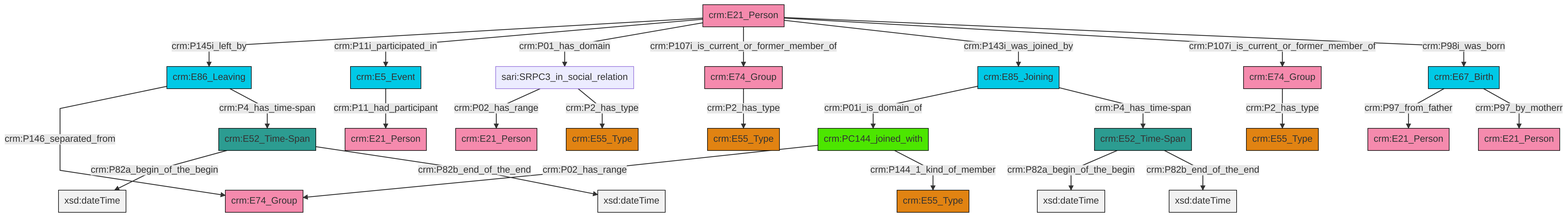
Above: et/personCSV/ttl/mmd/png/Person_Actor_Relations.png in swiss-art-research-net/reference-data-models (Mermaid), before the change. Its source is kept beside it as et/personCSV/ttl/mmd/Person_Actor_Relations.ttl.mmd.
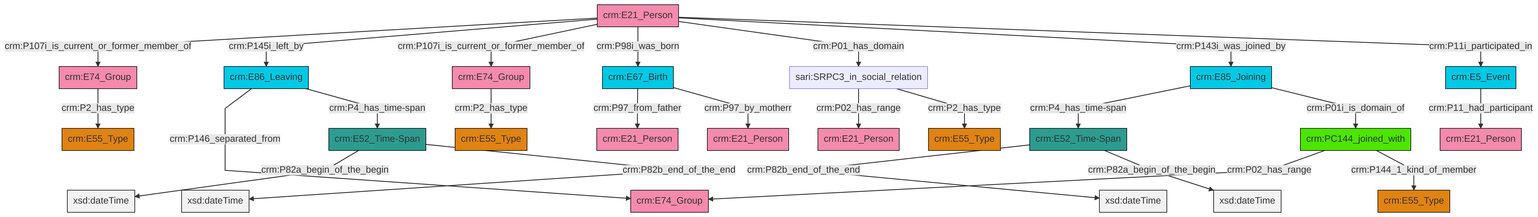
The same file after the commit.

What changed in the source:
```diff
@@ -13,27 +13,27 @@
 classDef PC_Classes fill:#4ce600, stroke:#000000;
 classDef Multi fill:#cccccc,stroke:#000000;
 
-2["crm:E21_Person"]:::Actor -->|crm:P145i_left_by| 3["crm:E86_Leaving"]:::Temporal_Entity
-6["crm:E67_Birth"]:::Temporal_Entity -->|crm:P97_from_father| 7["crm:E21_Person"]:::Actor
-0["crm:E52_Time-Span"]:::Time-Span -->|crm:P82a_begin_of_the_begin| 12[xsd:dateTime]:::Literal
-8["crm:E52_Time-Span"]:::Time-Span -->|crm:P82a_begin_of_the_begin| 17[xsd:dateTime]:::Literal
-24["crm:E85_Joining"]:::Temporal_Entity -->|crm:P01i_is_domain_of| 10["crm:PC144_joined_with"]:::PC_Classes
-13["sari:SRPC3_in_social_relation"]:::Default -->|crm:P02_has_range| 4["crm:E21_Person"]:::Actor
-13["sari:SRPC3_in_social_relation"]:::Default -->|crm:P2_has_type| 25["crm:E55_Type"]:::Type
-26["crm:E74_Group"]:::Actor -->|crm:P2_has_type| 20["crm:E55_Type"]:::Type
-2["crm:E21_Person"]:::Actor -->|crm:P11i_participated_in| 30["crm:E5_Event"]:::Temporal_Entity
-0["crm:E52_Time-Span"]:::Time-Span -->|crm:P82b_end_of_the_end| 32[xsd:dateTime]:::Literal
-6["crm:E67_Birth"]:::Temporal_Entity -->|crm:P97_by_motherr| 33["crm:E21_Person"]:::Actor
-8["crm:E52_Time-Span"]:::Time-Span -->|crm:P82b_end_of_the_end| 35[xsd:dateTime]:::Literal
-2["crm:E21_Person"]:::Actor -->|crm:P01_has_domain| 13["sari:SRPC3_in_social_relation"]:::Default
-10["crm:PC144_joined_with"]:::PC_Classes -->|crm:P02_has_range| 18["crm:E74_Group"]:::Actor
-10["crm:PC144_joined_with"]:::PC_Classes -->|crm:P144_1_kind_of_member| 15["crm:E55_Type"]:::Type
-2["crm:E21_Person"]:::Actor -->|crm:P107i_is_current_or_former_member_of| 22["crm:E74_Group"]:::Actor
-3["crm:E86_Leaving"]:::Temporal_Entity -->|crm:P146_separated_from| 18["crm:E74_Group"]:::Actor
-24["crm:E85_Joining"]:::Temporal_Entity -->|crm:P4_has_time-span| 0["crm:E52_Time-Span"]:::Time-Span
-2["crm:E21_Person"]:::Actor -->|crm:P143i_was_joined_by| 24["crm:E85_Joining"]:::Temporal_Entity
-2["crm:E21_Person"]:::Actor -->|crm:P107i_is_current_or_former_member_of| 26["crm:E74_Group"]:::Actor
-30["crm:E5_Event"]:::Temporal_Entity -->|crm:P11_had_participant| 41["crm:E21_Person"]:::Actor
-22["crm:E74_Group"]:::Actor -->|crm:P2_has_type| 27["crm:E55_Type"]:::Type
-2["crm:E21_Person"]:::Actor -->|crm:P98i_was_born| 6["crm:E67_Birth"]:::Temporal_Entity
-3["crm:E86_Leaving"]:::Temporal_Entity -->|crm:P4_has_time-span| 8["crm:E52_Time-Span"]:::Time-Span
+0["crm:E52_Time-Span"]:::Time-Span -->|crm:P82b_end_of_the_end| 1[xsd:dateTime]:::Literal
+2["crm:E5_Event"]:::Temporal_Entity -->|crm:P11_had_participant| 3["crm:E21_Person"]:::Actor
+8["crm:E86_Leaving"]:::Temporal_Entity -->|crm:P146_separated_from| 9["crm:E74_Group"]:::Actor
+12["sari:SRPC3_in_social_relation"]:::Default -->|crm:P02_has_range| 13["crm:E21_Person"]:::Actor
+10["crm:PC144_joined_with"]:::PC_Classes -->|crm:P02_has_range| 9["crm:E74_Group"]:::Actor
+16["crm:E21_Person"]:::Actor -->|crm:P107i_is_current_or_former_member_of| 17["crm:E74_Group"]:::Actor
+16["crm:E21_Person"]:::Actor -->|crm:P145i_left_by| 8["crm:E86_Leaving"]:::Temporal_Entity
+18["crm:E85_Joining"]:::Temporal_Entity -->|crm:P4_has_time-span| 0["crm:E52_Time-Span"]:::Time-Span
+8["crm:E86_Leaving"]:::Temporal_Entity -->|crm:P4_has_time-span| 21["crm:E52_Time-Span"]:::Time-Span
+21["crm:E52_Time-Span"]:::Time-Span -->|crm:P82a_begin_of_the_begin| 29[xsd:dateTime]:::Literal
+17["crm:E74_Group"]:::Actor -->|crm:P2_has_type| 22["crm:E55_Type"]:::Type
+0["crm:E52_Time-Span"]:::Time-Span -->|crm:P82a_begin_of_the_begin| 31[xsd:dateTime]:::Literal
+21["crm:E52_Time-Span"]:::Time-Span -->|crm:P82b_end_of_the_end| 32[xsd:dateTime]:::Literal
+16["crm:E21_Person"]:::Actor -->|crm:P107i_is_current_or_former_member_of| 4["crm:E74_Group"]:::Actor
+36["crm:E67_Birth"]:::Temporal_Entity -->|crm:P97_from_father| 6["crm:E21_Person"]:::Actor
+36["crm:E67_Birth"]:::Temporal_Entity -->|crm:P97_by_motherr| 37["crm:E21_Person"]:::Actor
+16["crm:E21_Person"]:::Actor -->|crm:P98i_was_born| 36["crm:E67_Birth"]:::Temporal_Entity
+16["crm:E21_Person"]:::Actor -->|crm:P01_has_domain| 12["sari:SRPC3_in_social_relation"]:::Default
+16["crm:E21_Person"]:::Actor -->|crm:P143i_was_joined_by| 18["crm:E85_Joining"]:::Temporal_Entity
+16["crm:E21_Person"]:::Actor -->|crm:P11i_participated_in| 2["crm:E5_Event"]:::Temporal_Entity
+18["crm:E85_Joining"]:::Temporal_Entity -->|crm:P01i_is_domain_of| 10["crm:PC144_joined_with"]:::PC_Classes
+12["sari:SRPC3_in_social_relation"]:::Default -->|crm:P2_has_type| 40["crm:E55_Type"]:::Type
+10["crm:PC144_joined_with"]:::PC_Classes -->|crm:P144_1_kind_of_member| 25["crm:E55_Type"]:::Type
+4["crm:E74_Group"]:::Actor -->|crm:P2_has_type| 19["crm:E55_Type"]:::Type
```
